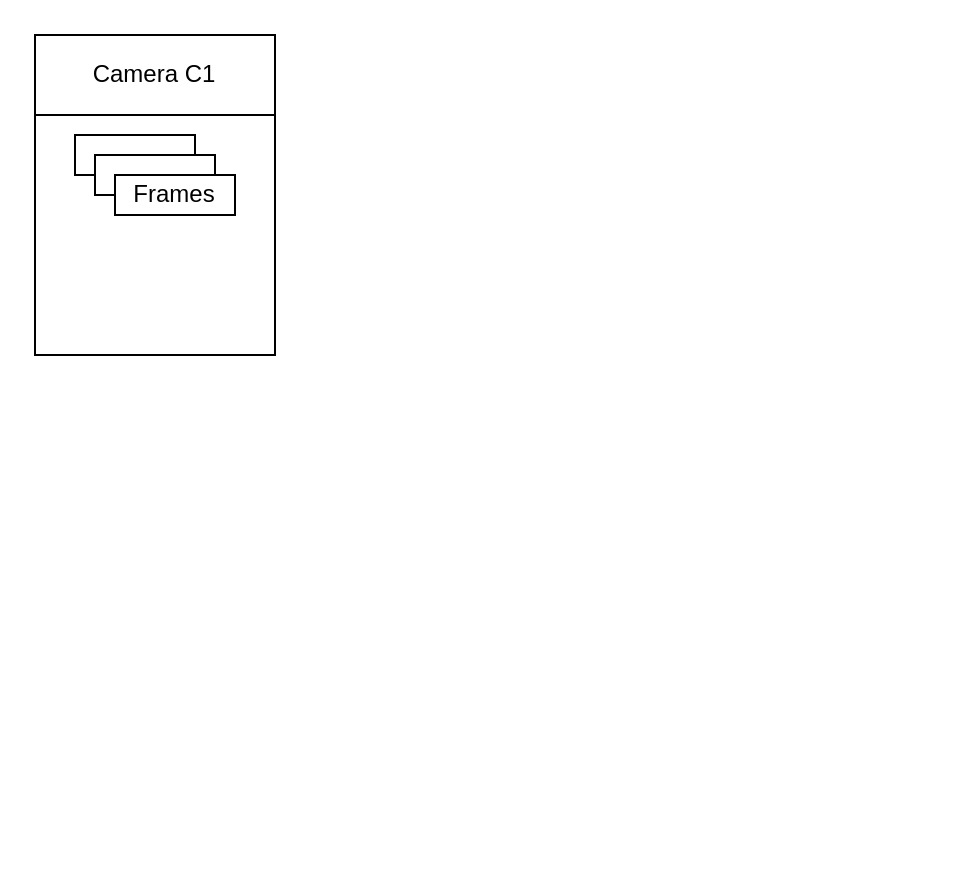
Yvonne0413/HRNet-Fcos-disentangle keeps this draw.io diagram as Multi-camera-pensieve.drawio. Above is the earlier version. Source tidied: cells renumbered, new cells numbered last; positions are measured from the earlier drawing's top-left corner, leaving out a move shared by most shapes. Both pictures are drawn from the tidied source at 200%, with x=0, y=0 at pixel (34, 34).
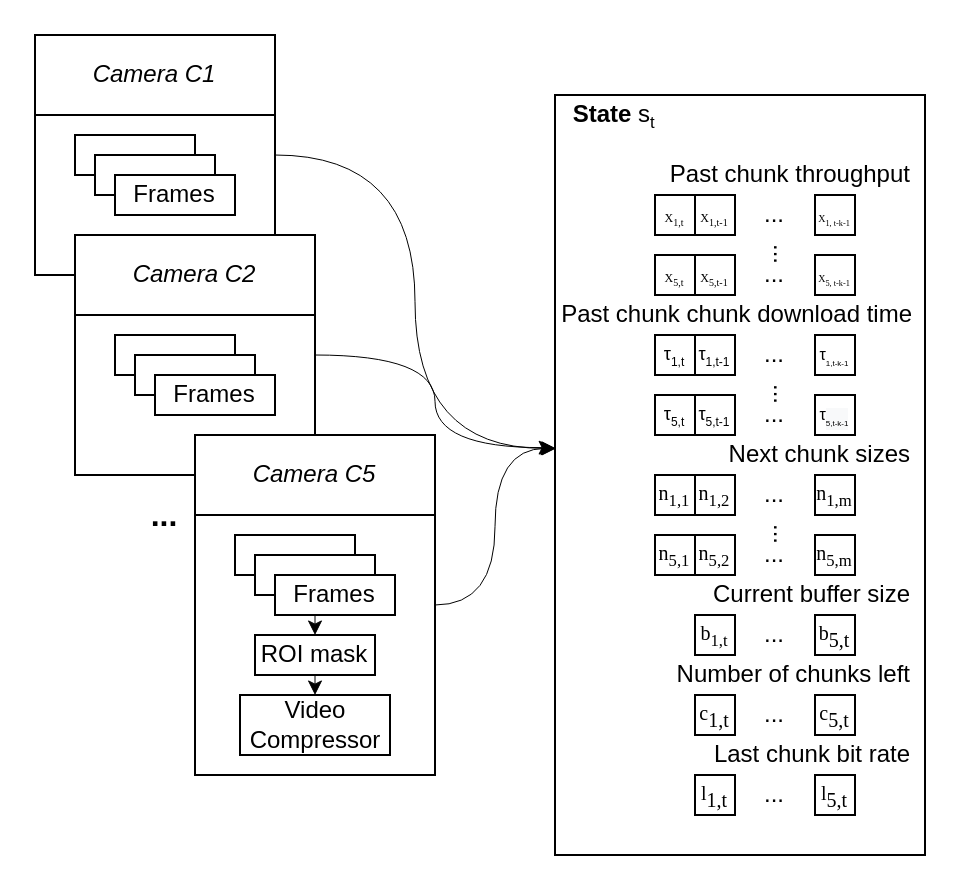
After the change.

Diff of the diagram source:
```diff
@@
+    <mxCell id="7" style="edgeStyle=orthogonalEdgeStyle;jettySize=auto;html=1;exitX=1;exitY=0.5;exitDx=0;exitDy=0;entryX=0;entryY=0.465;entryDx=0;entryDy=0;strokeWidth=0.5;curved=1;entryPerimeter=0;" parent="1" edge="1" source="2" target="25">
+      <mxGeometry relative="1" as="geometry" />
+    </mxCell>
-    <mxCell id="2" style="shape=internalStorage;whiteSpace=wrap;html=1;backgroundOutline=1;fillColor=none;dx=0;dy=40;" parent="1" vertex="1">
-      <mxGeometry width="120" height="160" as="geometry" />
+    <mxCell id="2" style="shape=internalStorage;whiteSpace=wrap;html=1;backgroundOutline=1;dx=0;dy=40;" parent="1" vertex="1">
+      <mxGeometry width="120" height="120" as="geometry" />
     </mxCell>
-    <mxCell id="3" value="Camera C1" style="text;html=1;strokeColor=none;fillColor=none;align=center;verticalAlign=middle;whiteSpace=wrap;rounded=0;" parent="1" vertex="1">
+    <mxCell id="3" value="&lt;i&gt;Camera C1&lt;/i&gt;" style="text;html=1;strokeColor=none;fillColor=none;align=center;verticalAlign=middle;whiteSpace=wrap;rounded=0;" parent="1" vertex="1">
       <mxGeometry x="25" y="10" width="70" height="20" as="geometry" />
     </mxCell>
@@
+    <mxCell id="8" style="edgeStyle=orthogonalEdgeStyle;jettySize=auto;html=1;exitX=1;exitY=0.5;exitDx=0;exitDy=0;strokeWidth=0.5;curved=1;entryX=-0.005;entryY=0.464;entryDx=0;entryDy=0;entryPerimeter=0;" parent="1" edge="1" source="9" target="25">
+      <mxGeometry relative="1" as="geometry" />
+    </mxCell>
+    <mxCell id="9" style="shape=internalStorage;whiteSpace=wrap;html=1;backgroundOutline=1;dx=0;dy=40;" parent="1" vertex="1">
+      <mxGeometry x="20" y="100" width="120" height="120" as="geometry" />
+    </mxCell>
+    <mxCell id="10" value="&lt;i&gt;Camera C2&lt;/i&gt;" style="text;html=1;strokeColor=none;fillColor=none;align=center;verticalAlign=middle;whiteSpace=wrap;rounded=0;" parent="1" vertex="1">
+      <mxGeometry x="45" y="110" width="70" height="20" as="geometry" />
+    </mxCell>
+    <mxCell id="11" style="rounded=0;whiteSpace=wrap;html=1;fillColor=none;" parent="1" vertex="1">
+      <mxGeometry x="40" y="150" width="60" height="20" as="geometry" />
+    </mxCell>
+    <mxCell id="12" style="rounded=0;whiteSpace=wrap;html=1;" parent="1" vertex="1">
+      <mxGeometry x="50" y="160" width="60" height="20" as="geometry" />
+    </mxCell>
+    <mxCell id="13" value="Frames" style="rounded=0;whiteSpace=wrap;html=1;" parent="1" vertex="1">
+      <mxGeometry x="60" y="170" width="60" height="20" as="geometry" />
+    </mxCell>
+    <mxCell id="14" style="edgeStyle=orthogonalEdgeStyle;jettySize=auto;html=1;exitX=1;exitY=0.5;exitDx=0;exitDy=0;entryX=0.003;entryY=0.465;entryDx=0;entryDy=0;strokeWidth=0.5;curved=1;entryPerimeter=0;" parent="1" edge="1" source="15" target="25">
+      <mxGeometry relative="1" as="geometry" />
+    </mxCell>
+    <mxCell id="15" style="shape=internalStorage;whiteSpace=wrap;html=1;backgroundOutline=1;dx=0;dy=40;" parent="1" vertex="1">
+      <mxGeometry x="80" y="200" width="120" height="170" as="geometry" />
+    </mxCell>
+    <mxCell id="16" value="&lt;i&gt;Camera C5&lt;/i&gt;" style="text;html=1;strokeColor=none;fillColor=none;align=center;verticalAlign=middle;whiteSpace=wrap;rounded=0;" parent="1" vertex="1">
+      <mxGeometry x="105" y="210" width="70" height="20" as="geometry" />
+    </mxCell>
+    <mxCell id="17" style="rounded=0;whiteSpace=wrap;html=1;fillColor=none;" parent="1" vertex="1">
+      <mxGeometry x="100" y="250" width="60" height="20" as="geometry" />
+    </mxCell>
+    <mxCell id="18" style="rounded=0;whiteSpace=wrap;html=1;" parent="1" vertex="1">
+      <mxGeometry x="110" y="260" width="60" height="20" as="geometry" />
+    </mxCell>
+    <mxCell id="19" style="edgeStyle=orthogonalEdgeStyle;rounded=0;jettySize=auto;html=1;exitX=0.25;exitY=1;exitDx=0;exitDy=0;entryX=0.5;entryY=0;entryDx=0;entryDy=0;strokeWidth=0.5;" parent="1" edge="1" source="20" target="23">
+      <mxGeometry relative="1" as="geometry" />
+    </mxCell>
+    <mxCell id="20" value="Frames" style="rounded=0;whiteSpace=wrap;html=1;" parent="1" vertex="1">
+      <mxGeometry x="120" y="270" width="60" height="20" as="geometry" />
+    </mxCell>
+    <mxCell id="21" value="&lt;b&gt;&lt;font style=&quot;font-size: 16px&quot;&gt;...&lt;/font&gt;&lt;/b&gt;" style="text;html=1;strokeColor=none;fillColor=none;align=center;verticalAlign=middle;whiteSpace=wrap;rounded=0;" parent="1" vertex="1">
+      <mxGeometry x="45" y="230" width="40" height="20" as="geometry" />
+    </mxCell>
+    <mxCell id="22" style="edgeStyle=orthogonalEdgeStyle;rounded=0;jettySize=auto;html=1;exitX=0.5;exitY=1;exitDx=0;exitDy=0;entryX=0.5;entryY=0;entryDx=0;entryDy=0;strokeWidth=0.5;" parent="1" edge="1" source="23" target="24">
+      <mxGeometry relative="1" as="geometry" />
+    </mxCell>
+    <mxCell id="23" value="ROI mask" style="rounded=0;whiteSpace=wrap;html=1;fillColor=#ffffff;" parent="1" vertex="1">
+      <mxGeometry x="110" y="300" width="60" height="20" as="geometry" />
+    </mxCell>
+    <mxCell id="24" value="Video Compressor" style="rounded=0;whiteSpace=wrap;html=1;fillColor=#ffffff;" parent="1" vertex="1">
+      <mxGeometry x="102.5" y="330" width="75" height="30" as="geometry" />
+    </mxCell>
+    <mxCell id="25" style="rounded=0;whiteSpace=wrap;html=1;fillColor=#ffffff;" parent="1" vertex="1">
+      <mxGeometry x="260" y="30" width="185" height="380" as="geometry" />
+    </mxCell>
+    <mxCell id="26" value="&lt;b&gt;State &lt;/b&gt;s&lt;span style=&quot;font-size: 10px&quot;&gt;&lt;sub&gt;t&lt;/sub&gt;&lt;/span&gt;&lt;b&gt;&amp;nbsp;&lt;/b&gt;" style="text;html=1;strokeColor=none;fillColor=none;align=center;verticalAlign=middle;whiteSpace=wrap;rounded=0;" parent="1" vertex="1">
+      <mxGeometry x="260" y="30" width="62.5" height="20" as="geometry" />
+    </mxCell>
+    <mxCell id="27" value="Past chunk throughput" style="text;html=1;strokeColor=none;fillColor=none;align=right;verticalAlign=middle;whiteSpace=wrap;rounded=0;" parent="1" vertex="1">
+      <mxGeometry x="294" y="60" width="146" height="20" as="geometry" />
+    </mxCell>
+    <mxCell id="28" value="Past chunk chunk download time" style="text;html=1;strokeColor=none;fillColor=none;align=right;verticalAlign=middle;whiteSpace=wrap;rounded=0;" parent="1" vertex="1">
+      <mxGeometry x="262.5" y="130" width="177.5" height="20" as="geometry" />
+    </mxCell>
+    <mxCell id="29" value="Next chunk sizes" style="text;html=1;strokeColor=none;fillColor=none;align=right;verticalAlign=middle;whiteSpace=wrap;rounded=0;" parent="1" vertex="1">
+      <mxGeometry x="300" y="200" width="140" height="20" as="geometry" />
+    </mxCell>
+    <mxCell id="30" value="Current buffer size" style="text;html=1;strokeColor=none;fillColor=none;align=right;verticalAlign=middle;whiteSpace=wrap;rounded=0;" parent="1" vertex="1">
+      <mxGeometry x="280" y="270" width="160" height="20" as="geometry" />
+    </mxCell>
+    <mxCell id="31" value="Number of chunks left" style="text;html=1;strokeColor=none;fillColor=none;align=right;verticalAlign=middle;whiteSpace=wrap;rounded=0;" parent="1" vertex="1">
+      <mxGeometry x="283" y="310" width="157" height="20" as="geometry" />
+    </mxCell>
+    <mxCell id="32" value="Last chunk bit rate" style="text;html=1;strokeColor=none;fillColor=none;align=right;verticalAlign=middle;whiteSpace=wrap;rounded=0;" parent="1" vertex="1">
+      <mxGeometry x="270" y="350" width="170" height="20" as="geometry" />
+    </mxCell>
+    <mxCell id="33" value="&lt;font style=&quot;font-size: 6px&quot; face=&quot;Times New Roman&quot;&gt;X&lt;sub&gt;1,t&lt;/sub&gt;&lt;/font&gt;" style="whiteSpace=wrap;html=1;fillColor=#ffffff;" parent="1" vertex="1">
+      <mxGeometry x="310" y="80" width="20" height="20" as="geometry" />
+    </mxCell>
+    <mxCell id="34" value="&lt;font style=&quot;font-size: 6px&quot; face=&quot;Times New Roman&quot;&gt;X&lt;sub&gt;1,t-1&lt;/sub&gt;&lt;/font&gt;" style="whiteSpace=wrap;html=1;fillColor=#ffffff;" parent="1" vertex="1">
+      <mxGeometry x="330" y="80" width="20" height="20" as="geometry" />
+    </mxCell>
+    <mxCell id="35" value="&lt;font style=&quot;font-size: 5px&quot; face=&quot;Times New Roman&quot;&gt;X&lt;sub&gt;1, t-k-1&lt;/sub&gt;&lt;/font&gt;" style="whiteSpace=wrap;html=1;fillColor=#ffffff;" parent="1" vertex="1">
+      <mxGeometry x="390" y="80" width="20" height="20" as="geometry" />
+    </mxCell>
+    <mxCell id="36" value="..." style="text;html=1;strokeColor=none;fillColor=none;align=center;verticalAlign=middle;whiteSpace=wrap;rounded=0;" parent="1" vertex="1">
+      <mxGeometry x="350" y="80" width="40" height="20" as="geometry" />
+    </mxCell>
+    <mxCell id="37" value="..." style="text;html=1;strokeColor=none;fillColor=none;align=center;verticalAlign=middle;whiteSpace=wrap;rounded=0;rotation=90;" parent="1" vertex="1">
+      <mxGeometry x="369" y="100" width="10" height="20" as="geometry" />
+    </mxCell>
+    <mxCell id="38" value="&lt;font style=&quot;font-size: 6px&quot; face=&quot;Times New Roman&quot;&gt;X&lt;sub&gt;5,t&lt;/sub&gt;&lt;/font&gt;" style="whiteSpace=wrap;html=1;fillColor=#ffffff;" parent="1" vertex="1">
+      <mxGeometry x="310" y="110" width="20" height="20" as="geometry" />
+    </mxCell>
+    <mxCell id="39" value="&lt;font style=&quot;font-size: 6px&quot; face=&quot;Times New Roman&quot;&gt;X&lt;sub&gt;5,t-1&lt;/sub&gt;&lt;/font&gt;" style="whiteSpace=wrap;html=1;fillColor=#ffffff;" parent="1" vertex="1">
+      <mxGeometry x="330" y="110" width="20" height="20" as="geometry" />
+    </mxCell>
+    <mxCell id="40" value="&lt;font style=&quot;font-size: 5px&quot; face=&quot;Times New Roman&quot;&gt;X&lt;sub&gt;5, t-k-1&lt;/sub&gt;&lt;/font&gt;" style="whiteSpace=wrap;html=1;fillColor=#ffffff;" parent="1" vertex="1">
+      <mxGeometry x="390" y="110" width="20" height="20" as="geometry" />
+    </mxCell>
+    <mxCell id="41" value="..." style="text;html=1;strokeColor=none;fillColor=none;align=center;verticalAlign=middle;whiteSpace=wrap;rounded=0;" parent="1" vertex="1">
+      <mxGeometry x="350" y="110" width="40" height="20" as="geometry" />
+    </mxCell>
+    <mxCell id="42" value="&lt;font&gt;&lt;span style=&quot;text-align: left ; text-indent: -0.25in ; background-color: transparent ; font-family: &amp;#34;cambria math&amp;#34;&quot;&gt;&lt;font style=&quot;font-size: 9px&quot;&gt;τ&lt;/font&gt;&lt;/span&gt;&lt;sub&gt;&lt;span style=&quot;font-size: 6px&quot;&gt;1,t&lt;/span&gt;&lt;/sub&gt;&lt;/font&gt;" style="whiteSpace=wrap;html=1;fillColor=#ffffff;" parent="1" vertex="1">
+      <mxGeometry x="310" y="150" width="20" height="20" as="geometry" />
+    </mxCell>
+    <mxCell id="43" value="&lt;span style=&quot;background-color: transparent ; text-align: left ; text-indent: -0.25in ; font-family: &amp;#34;cambria math&amp;#34;&quot;&gt;&lt;font style=&quot;font-size: 9px&quot;&gt;τ&lt;/font&gt;&lt;/span&gt;&lt;sub&gt;&lt;span style=&quot;font-size: 6px&quot;&gt;1,t-1&lt;/span&gt;&lt;/sub&gt;" style="whiteSpace=wrap;html=1;fillColor=#ffffff;" parent="1" vertex="1">
+      <mxGeometry x="330" y="150" width="20" height="20" as="geometry" />
+    </mxCell>
+    <mxCell id="44" value="&lt;font&gt;&lt;span style=&quot;background-color: transparent ; text-align: left ; text-indent: -0.25in ; font-family: &amp;#34;cambria math&amp;#34;&quot;&gt;&lt;font style=&quot;font-size: 8px&quot;&gt;τ&lt;/font&gt;&lt;/span&gt;&lt;sub&gt;&lt;font style=&quot;font-size: 4px&quot;&gt;1,t-k-1&lt;/font&gt;&lt;/sub&gt;&lt;/font&gt;" style="whiteSpace=wrap;html=1;fillColor=#ffffff;" parent="1" vertex="1">
+      <mxGeometry x="390" y="150" width="20" height="20" as="geometry" />
+    </mxCell>
+    <mxCell id="45" value="..." style="text;html=1;strokeColor=none;fillColor=none;align=center;verticalAlign=middle;whiteSpace=wrap;rounded=0;" parent="1" vertex="1">
+      <mxGeometry x="350" y="150" width="40" height="20" as="geometry" />
+    </mxCell>
+    <mxCell id="46" value="..." style="text;html=1;strokeColor=none;fillColor=none;align=center;verticalAlign=middle;whiteSpace=wrap;rounded=0;rotation=90;" parent="1" vertex="1">
+      <mxGeometry x="369" y="170" width="10" height="20" as="geometry" />
+    </mxCell>
+    <mxCell id="47" value="&lt;span style=&quot;background-color: transparent ; text-align: left ; text-indent: -0.25in ; font-family: &amp;#34;cambria math&amp;#34;&quot;&gt;&lt;font style=&quot;font-size: 9px&quot;&gt;τ&lt;/font&gt;&lt;/span&gt;&lt;sub&gt;&lt;span style=&quot;font-size: 6px&quot;&gt;5,t&lt;/span&gt;&lt;/sub&gt;" style="whiteSpace=wrap;html=1;fillColor=#ffffff;" parent="1" vertex="1">
+      <mxGeometry x="310" y="180" width="20" height="20" as="geometry" />
+    </mxCell>
+    <mxCell id="48" value="&lt;span style=&quot;background-color: transparent ; text-align: left ; text-indent: -0.25in ; font-family: &amp;#34;cambria math&amp;#34;&quot;&gt;&lt;font style=&quot;font-size: 9px&quot;&gt;τ&lt;/font&gt;&lt;/span&gt;&lt;sub&gt;&lt;span style=&quot;font-size: 6px&quot;&gt;5,t-1&lt;/span&gt;&lt;/sub&gt;" style="whiteSpace=wrap;html=1;fillColor=#ffffff;" parent="1" vertex="1">
+      <mxGeometry x="330" y="180" width="20" height="20" as="geometry" />
+    </mxCell>
+    <mxCell id="49" value="&lt;span style=&quot;color: rgb(0 , 0 , 0) ; font-size: 12px ; font-style: normal ; font-weight: 400 ; letter-spacing: normal ; text-transform: none ; word-spacing: 0px ; background-color: transparent ; text-align: left ; text-indent: -0.25in ; font-family: &amp;#34;cambria math&amp;#34;&quot;&gt;&lt;font style=&quot;font-size: 8px&quot;&gt;τ&lt;/font&gt;&lt;/span&gt;&lt;sub style=&quot;color: rgb(0 , 0 , 0) ; font-family: &amp;#34;helvetica&amp;#34; ; font-style: normal ; font-weight: 400 ; letter-spacing: normal ; text-align: center ; text-indent: 0px ; text-transform: none ; word-spacing: 0px ; background-color: rgb(248 , 249 , 250)&quot;&gt;&lt;font style=&quot;font-size: 4px&quot;&gt;5,t-k-1&lt;/font&gt;&lt;/sub&gt;" style="whiteSpace=wrap;html=1;fillColor=#ffffff;" parent="1" vertex="1">
+      <mxGeometry x="390" y="180" width="20" height="20" as="geometry" />
+    </mxCell>
+    <mxCell id="50" value="..." style="text;html=1;strokeColor=none;fillColor=none;align=center;verticalAlign=middle;whiteSpace=wrap;rounded=0;" parent="1" vertex="1">
+      <mxGeometry x="350" y="180" width="40" height="20" as="geometry" />
+    </mxCell>
+    <mxCell id="51" value="&lt;font face=&quot;Times New Roman&quot;&gt;&lt;span style=&quot;font-size: 10px&quot;&gt;n&lt;/span&gt;&lt;font size=&quot;1&quot;&gt;&lt;sub&gt;1,1&lt;/sub&gt;&lt;/font&gt;&lt;/font&gt;" style="whiteSpace=wrap;html=1;fillColor=#ffffff;" parent="1" vertex="1">
+      <mxGeometry x="310" y="220" width="20" height="20" as="geometry" />
+    </mxCell>
+    <mxCell id="52" value="&lt;span style=&quot;font-family: &amp;#34;times new roman&amp;#34; ; font-size: 10px&quot;&gt;n&lt;/span&gt;&lt;font size=&quot;1&quot; style=&quot;font-family: &amp;#34;times new roman&amp;#34;&quot;&gt;&lt;sub&gt;1,2&lt;/sub&gt;&lt;/font&gt;" style="whiteSpace=wrap;html=1;fillColor=#ffffff;" parent="1" vertex="1">
+      <mxGeometry x="330" y="220" width="20" height="20" as="geometry" />
+    </mxCell>
+    <mxCell id="53" value="&lt;span style=&quot;font-family: &amp;#34;times new roman&amp;#34; ; font-size: 10px&quot;&gt;n&lt;/span&gt;&lt;font size=&quot;1&quot; style=&quot;font-family: &amp;#34;times new roman&amp;#34;&quot;&gt;&lt;sub&gt;1,m&lt;/sub&gt;&lt;/font&gt;" style="whiteSpace=wrap;html=1;fillColor=#ffffff;" parent="1" vertex="1">
+      <mxGeometry x="390" y="220" width="20" height="20" as="geometry" />
+    </mxCell>
+    <mxCell id="54" value="..." style="text;html=1;strokeColor=none;fillColor=none;align=center;verticalAlign=middle;whiteSpace=wrap;rounded=0;" parent="1" vertex="1">
+      <mxGeometry x="350" y="220" width="40" height="20" as="geometry" />
+    </mxCell>
+    <mxCell id="55" value="&lt;font face=&quot;Times New Roman&quot;&gt;&lt;span style=&quot;font-size: 10px&quot;&gt;n&lt;/span&gt;&lt;font size=&quot;1&quot;&gt;&lt;sub&gt;5,1&lt;/sub&gt;&lt;/font&gt;&lt;/font&gt;" style="whiteSpace=wrap;html=1;fillColor=#ffffff;" parent="1" vertex="1">
+      <mxGeometry x="310" y="250" width="20" height="20" as="geometry" />
+    </mxCell>
+    <mxCell id="56" value="&lt;span style=&quot;font-family: &amp;#34;times new roman&amp;#34; ; font-size: 10px&quot;&gt;n&lt;/span&gt;&lt;font size=&quot;1&quot; style=&quot;font-family: &amp;#34;times new roman&amp;#34;&quot;&gt;&lt;sub&gt;5,2&lt;/sub&gt;&lt;/font&gt;" style="whiteSpace=wrap;html=1;fillColor=#ffffff;" parent="1" vertex="1">
+      <mxGeometry x="330" y="250" width="20" height="20" as="geometry" />
+    </mxCell>
+    <mxCell id="57" value="&lt;span style=&quot;font-family: &amp;#34;times new roman&amp;#34; ; font-size: 10px&quot;&gt;n&lt;/span&gt;&lt;font size=&quot;1&quot; style=&quot;font-family: &amp;#34;times new roman&amp;#34;&quot;&gt;&lt;sub&gt;5,m&lt;/sub&gt;&lt;/font&gt;" style="whiteSpace=wrap;html=1;fillColor=#ffffff;" parent="1" vertex="1">
+      <mxGeometry x="390" y="250" width="20" height="20" as="geometry" />
+    </mxCell>
+    <mxCell id="58" value="..." style="text;html=1;strokeColor=none;fillColor=none;align=center;verticalAlign=middle;whiteSpace=wrap;rounded=0;" parent="1" vertex="1">
+      <mxGeometry x="350" y="250" width="40" height="20" as="geometry" />
+    </mxCell>
+    <mxCell id="59" value="..." style="text;html=1;strokeColor=none;fillColor=none;align=center;verticalAlign=middle;whiteSpace=wrap;rounded=0;rotation=90;" parent="1" vertex="1">
+      <mxGeometry x="369" y="240" width="10" height="20" as="geometry" />
+    </mxCell>
+    <mxCell id="60" value="&lt;font face=&quot;Times New Roman&quot;&gt;&lt;span style=&quot;font-size: 10px&quot;&gt;b&lt;sub&gt;1,t&lt;/sub&gt;&lt;/span&gt;&lt;/font&gt;" style="whiteSpace=wrap;html=1;fillColor=#ffffff;" parent="1" vertex="1">
+      <mxGeometry x="330" y="290" width="20" height="20" as="geometry" />
+    </mxCell>
+    <mxCell id="61" value="&lt;span style=&quot;font-family: &amp;#34;times new roman&amp;#34; ; font-size: 10px&quot;&gt;b&lt;/span&gt;&lt;sub style=&quot;font-family: &amp;#34;times new roman&amp;#34;&quot;&gt;5,t&lt;/sub&gt;" style="whiteSpace=wrap;html=1;fillColor=#ffffff;" parent="1" vertex="1">
+      <mxGeometry x="390" y="290" width="20" height="20" as="geometry" />
+    </mxCell>
+    <mxCell id="62" value="..." style="text;html=1;strokeColor=none;fillColor=none;align=center;verticalAlign=middle;whiteSpace=wrap;rounded=0;" parent="1" vertex="1">
+      <mxGeometry x="350" y="290" width="40" height="20" as="geometry" />
+    </mxCell>
+    <mxCell id="63" value="&lt;span style=&quot;font-family: &amp;#34;times new roman&amp;#34; ; font-size: 10px&quot;&gt;c&lt;/span&gt;&lt;sub style=&quot;font-family: &amp;#34;times new roman&amp;#34;&quot;&gt;1,t&lt;/sub&gt;" style="whiteSpace=wrap;html=1;fillColor=#ffffff;" parent="1" vertex="1">
+      <mxGeometry x="330" y="330" width="20" height="20" as="geometry" />
+    </mxCell>
+    <mxCell id="64" value="&lt;span style=&quot;font-family: &amp;#34;times new roman&amp;#34; ; font-size: 10px&quot;&gt;c&lt;/span&gt;&lt;sub style=&quot;font-family: &amp;#34;times new roman&amp;#34;&quot;&gt;5,t&lt;/sub&gt;" style="whiteSpace=wrap;html=1;fillColor=#ffffff;" parent="1" vertex="1">
+      <mxGeometry x="390" y="330" width="20" height="20" as="geometry" />
+    </mxCell>
+    <mxCell id="65" value="..." style="text;html=1;strokeColor=none;fillColor=none;align=center;verticalAlign=middle;whiteSpace=wrap;rounded=0;" parent="1" vertex="1">
+      <mxGeometry x="350" y="330" width="40" height="20" as="geometry" />
+    </mxCell>
+    <mxCell id="66" value="&lt;span style=&quot;font-family: &amp;#34;times new roman&amp;#34; ; font-size: 10px&quot;&gt;l&lt;/span&gt;&lt;sub style=&quot;font-family: &amp;#34;times new roman&amp;#34;&quot;&gt;1,t&lt;/sub&gt;" style="whiteSpace=wrap;html=1;fillColor=#ffffff;" parent="1" vertex="1">
+      <mxGeometry x="330" y="370" width="20" height="20" as="geometry" />
+    </mxCell>
+    <mxCell id="67" value="&lt;span style=&quot;font-family: &amp;#34;times new roman&amp;#34; ; font-size: 10px&quot;&gt;l&lt;/span&gt;&lt;sub style=&quot;font-family: &amp;#34;times new roman&amp;#34;&quot;&gt;5,t&lt;/sub&gt;" style="whiteSpace=wrap;html=1;fillColor=#ffffff;" parent="1" vertex="1">
+      <mxGeometry x="390" y="370" width="20" height="20" as="geometry" />
+    </mxCell>
+    <mxCell id="68" value="..." style="text;html=1;strokeColor=none;fillColor=none;align=center;verticalAlign=middle;whiteSpace=wrap;rounded=0;" parent="1" vertex="1">
+      <mxGeometry x="350" y="370" width="40" height="20" as="geometry" />
+    </mxCell>
```
